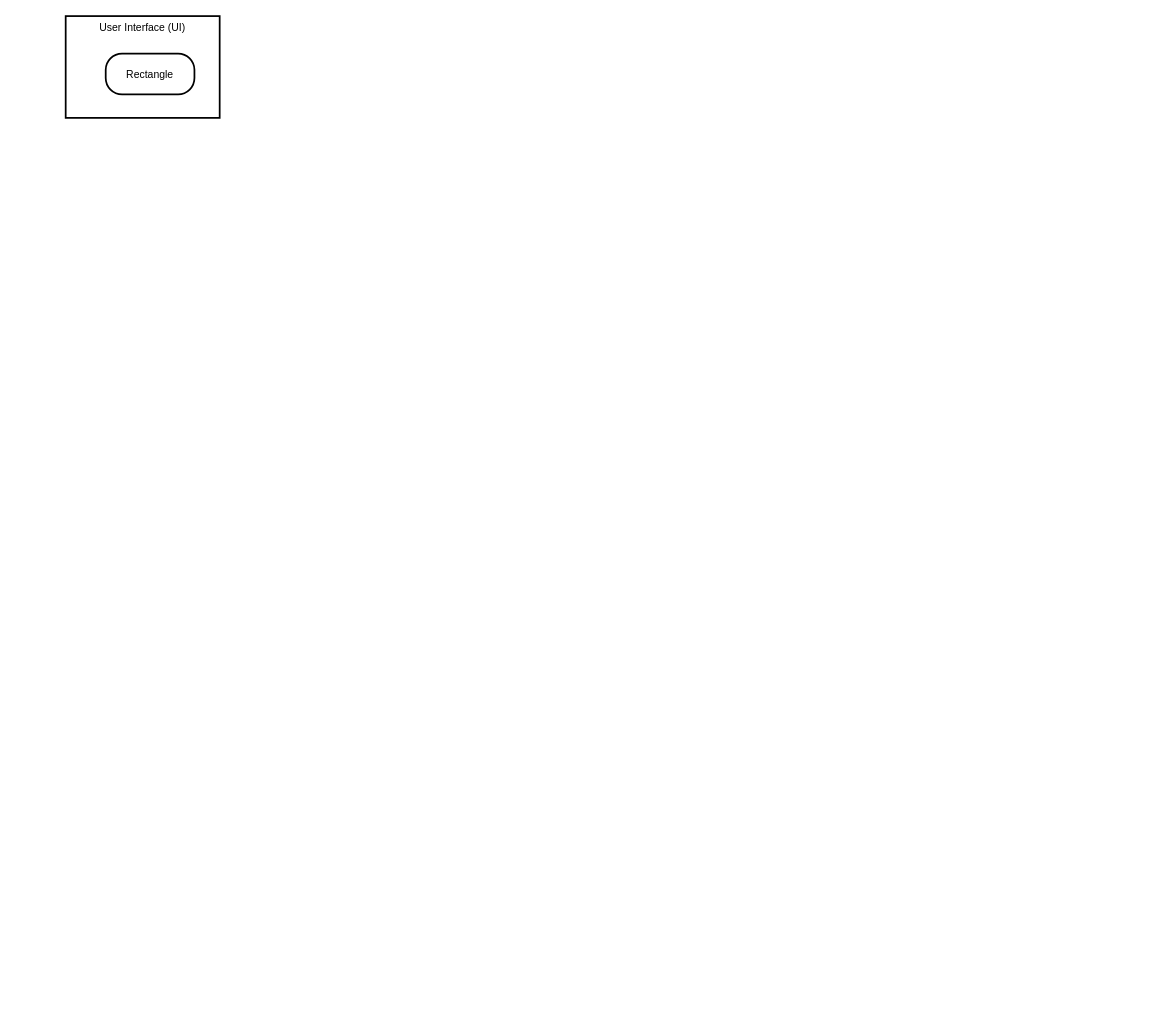
Derrickkoko1234/FInal-Year-Project-DIagrams keeps this draw.io diagram as High Level Diagram.drawio. Above is the earlier version. Source tidied: cells renumbered, new cells numbered last; positions are measured from the earlier drawing's top-left corner, leaving out a move shared by most shapes. Both pictures are drawn from the tidied source at 87%, with x=0, y=0 at pixel (65, 16).
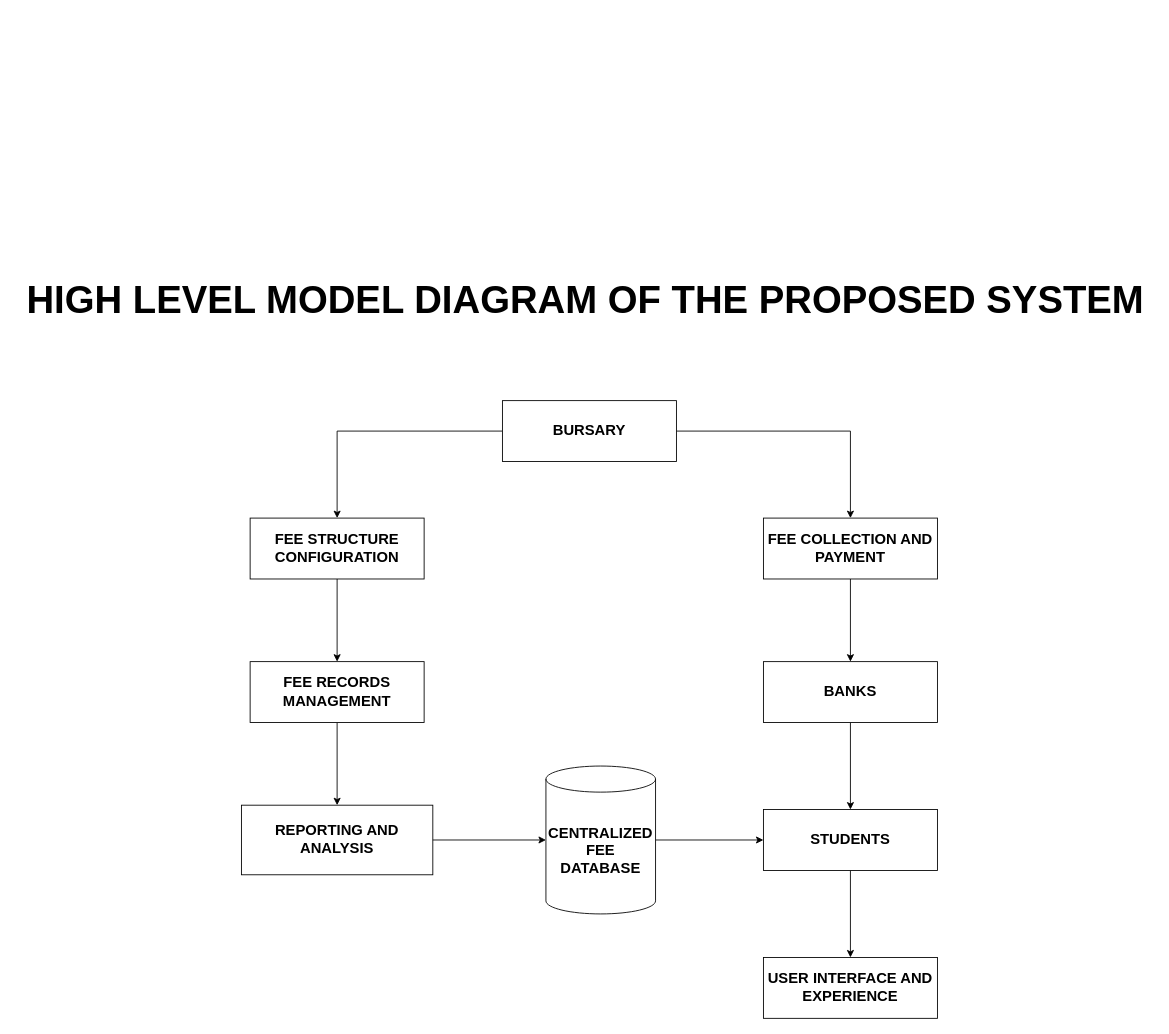
After the change.

Diff of the diagram source:
```diff
@@
-    <mxCell id="2" value="User Interface (UI)" style="whiteSpace=wrap;strokeWidth=2;verticalAlign=top;" parent="1" vertex="1">
-      <mxGeometry width="177" height="117" as="geometry" />
-    </mxCell>
-    <mxCell id="3" value="Rectangle" style="rounded=1;arcSize=40;strokeWidth=2;" parent="2" vertex="1">
-      <mxGeometry x="46" y="43" width="102" height="47" as="geometry" />
-    </mxCell>
+    <mxCell id="4" style="edgeStyle=orthogonalEdgeStyle;rounded=0;jettySize=auto;html=1;" parent="1" edge="1" source="5" target="14">
+      <mxGeometry relative="1" as="geometry" />
+    </mxCell>
+    <mxCell id="5" value="&lt;font style=&quot;font-size: 17px;&quot;&gt;&lt;b&gt;BANKS&lt;/b&gt;&lt;/font&gt;" style="rounded=0;whiteSpace=wrap;html=1;" parent="1" vertex="1">
+      <mxGeometry x="802" y="742" width="200" height="70" as="geometry" />
+    </mxCell>
+    <mxCell id="6" style="edgeStyle=orthogonalEdgeStyle;rounded=0;jettySize=auto;html=1;entryX=0;entryY=0.5;entryDx=0;entryDy=0;" parent="1" edge="1" source="7" target="14">
+      <mxGeometry relative="1" as="geometry" />
+    </mxCell>
+    <mxCell id="7" value="&lt;font style=&quot;font-size: 17px;&quot;&gt;&lt;b&gt;CENTRALIZED FEE DATABASE&lt;/b&gt;&lt;/font&gt;" style="shape=cylinder3;whiteSpace=wrap;html=1;boundedLbl=1;backgroundOutline=1;size=15;" parent="1" vertex="1">
+      <mxGeometry x="552" y="862" width="126" height="170" as="geometry" />
+    </mxCell>
+    <mxCell id="8" value="&lt;font style=&quot;font-size: 17px;&quot;&gt;&lt;b&gt;REPORTING AND ANALYSIS&lt;/b&gt;&lt;/font&gt;" style="rounded=0;whiteSpace=wrap;html=1;" parent="1" vertex="1">
+      <mxGeometry x="202" y="907" width="220" height="80" as="geometry" />
+    </mxCell>
+    <mxCell id="9" value="&lt;font style=&quot;font-size: 17px;&quot;&gt;&lt;b&gt;USER INTERFACE AND EXPERIENCE&lt;/b&gt;&lt;/font&gt;" style="rounded=0;whiteSpace=wrap;html=1;" parent="1" vertex="1">
+      <mxGeometry x="802" y="1082" width="200" height="70" as="geometry" />
+    </mxCell>
+    <mxCell id="10" style="edgeStyle=orthogonalEdgeStyle;rounded=0;jettySize=auto;html=1;entryX=0.5;entryY=0;entryDx=0;entryDy=0;" parent="1" edge="1" source="12" target="16">
+      <mxGeometry relative="1" as="geometry" />
+    </mxCell>
+    <mxCell id="11" style="edgeStyle=orthogonalEdgeStyle;rounded=0;jettySize=auto;html=1;" parent="1" edge="1" source="12" target="18">
+      <mxGeometry relative="1" as="geometry" />
+    </mxCell>
+    <mxCell id="12" value="&lt;font style=&quot;font-size: 17px;&quot;&gt;&lt;b&gt;BURSARY&lt;/b&gt;&lt;/font&gt;" style="rounded=0;whiteSpace=wrap;html=1;" parent="1" vertex="1">
+      <mxGeometry x="502" y="442" width="200" height="70" as="geometry" />
+    </mxCell>
+    <mxCell id="13" style="edgeStyle=orthogonalEdgeStyle;rounded=0;jettySize=auto;html=1;entryX=0.5;entryY=0;entryDx=0;entryDy=0;" parent="1" edge="1" source="14" target="9">
+      <mxGeometry relative="1" as="geometry" />
+    </mxCell>
+    <mxCell id="14" value="&lt;font style=&quot;font-size: 17px;&quot;&gt;&lt;b&gt;STUDENTS&lt;/b&gt;&lt;/font&gt;" style="rounded=0;whiteSpace=wrap;html=1;" parent="1" vertex="1">
+      <mxGeometry x="802" y="912" width="200" height="70" as="geometry" />
+    </mxCell>
+    <mxCell id="15" style="edgeStyle=orthogonalEdgeStyle;rounded=0;jettySize=auto;html=1;entryX=0.5;entryY=0;entryDx=0;entryDy=0;" parent="1" edge="1" source="16" target="20">
+      <mxGeometry relative="1" as="geometry" />
+    </mxCell>
+    <mxCell id="16" value="&lt;font style=&quot;font-size: 17px;&quot;&gt;&lt;b&gt;FEE STRUCTURE CONFIGURATION&lt;/b&gt;&lt;/font&gt;" style="rounded=0;whiteSpace=wrap;html=1;" parent="1" vertex="1">
+      <mxGeometry x="212" y="577" width="200" height="70" as="geometry" />
+    </mxCell>
+    <mxCell id="17" style="edgeStyle=orthogonalEdgeStyle;rounded=0;jettySize=auto;html=1;" parent="1" edge="1" source="18" target="5">
+      <mxGeometry relative="1" as="geometry" />
+    </mxCell>
+    <mxCell id="18" value="&lt;font style=&quot;font-size: 17px;&quot;&gt;&lt;b&gt;FEE COLLECTION AND PAYMENT&lt;/b&gt;&lt;/font&gt;" style="rounded=0;whiteSpace=wrap;html=1;" parent="1" vertex="1">
+      <mxGeometry x="802" y="577" width="200" height="70" as="geometry" />
+    </mxCell>
+    <mxCell id="19" style="edgeStyle=orthogonalEdgeStyle;rounded=0;jettySize=auto;html=1;" parent="1" edge="1" source="20" target="8">
+      <mxGeometry relative="1" as="geometry" />
+    </mxCell>
+    <mxCell id="20" value="&lt;font style=&quot;font-size: 17px;&quot;&gt;&lt;b&gt;FEE RECORDS MANAGEMENT&lt;/b&gt;&lt;/font&gt;" style="rounded=0;whiteSpace=wrap;html=1;" parent="1" vertex="1">
+      <mxGeometry x="212" y="742" width="200" height="70" as="geometry" />
+    </mxCell>
+    <mxCell id="21" style="edgeStyle=orthogonalEdgeStyle;rounded=0;jettySize=auto;html=1;entryX=0;entryY=0.5;entryDx=0;entryDy=0;entryPerimeter=0;" parent="1" edge="1" source="8" target="7">
+      <mxGeometry relative="1" as="geometry" />
+    </mxCell>
+    <mxCell id="22" value="&lt;font size=&quot;1&quot; style=&quot;&quot;&gt;&lt;b style=&quot;font-size: 44px;&quot;&gt;HIGH LEVEL MODEL DIAGRAM OF THE PROPOSED SYSTEM&lt;/b&gt;&lt;/font&gt;" style="text;html=1;align=center;verticalAlign=middle;strokeColor=none;fillColor=none;" parent="1" vertex="1">
+      <mxGeometry x="-58" y="292" width="1310" height="70" as="geometry" />
+    </mxCell>
```
